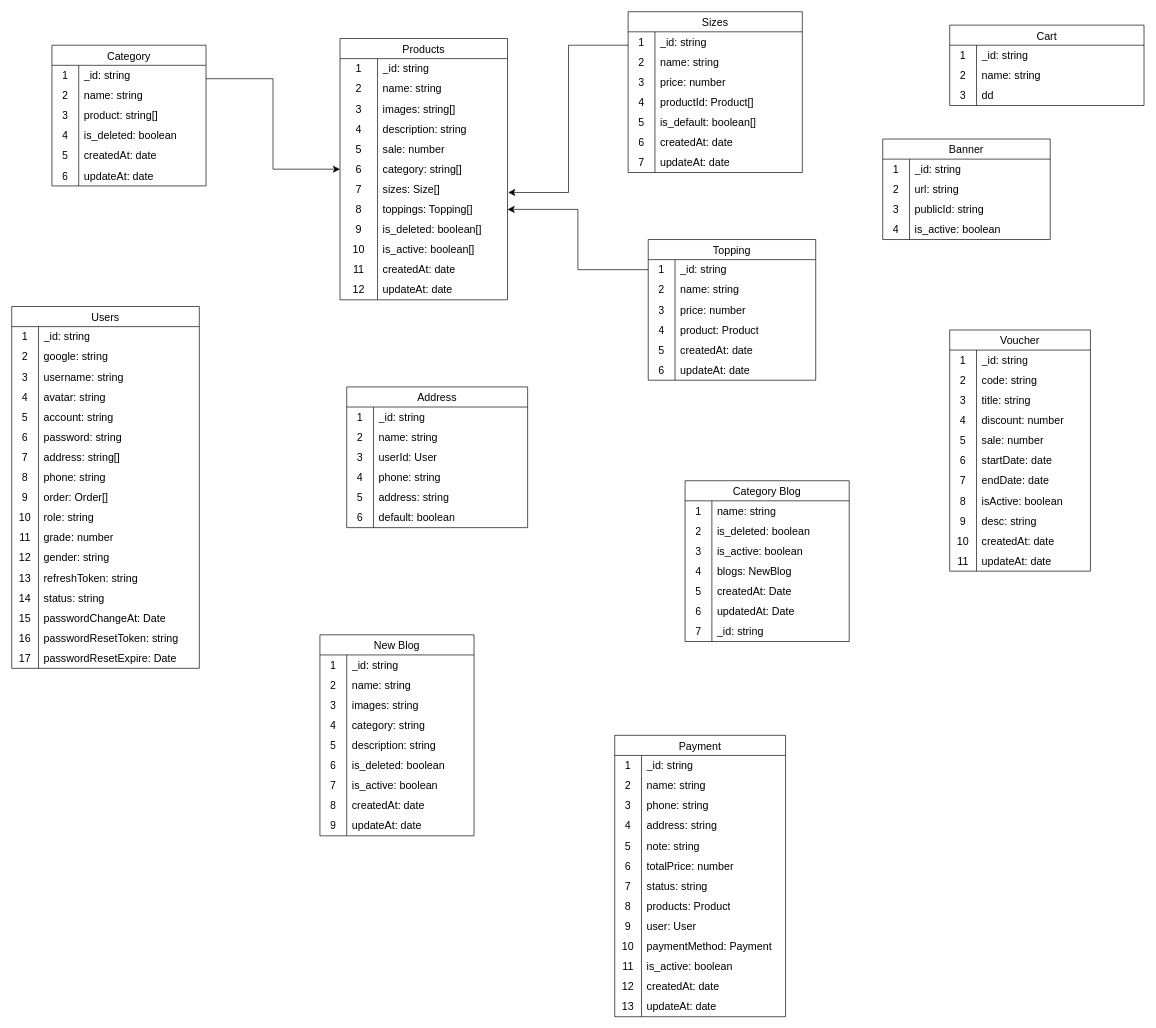
The draw.io diagram da.drawio in dangtienhung/datn-admin-quan-ly-cua-hang, before the edit. Source tidied: cells renumbered, new cells numbered last; positions are measured from the earlier drawing's top-left corner, leaving out a move shared by most shapes. Both pictures are drawn from the tidied source at 67%, with x=0, y=0 at pixel (11, 11).
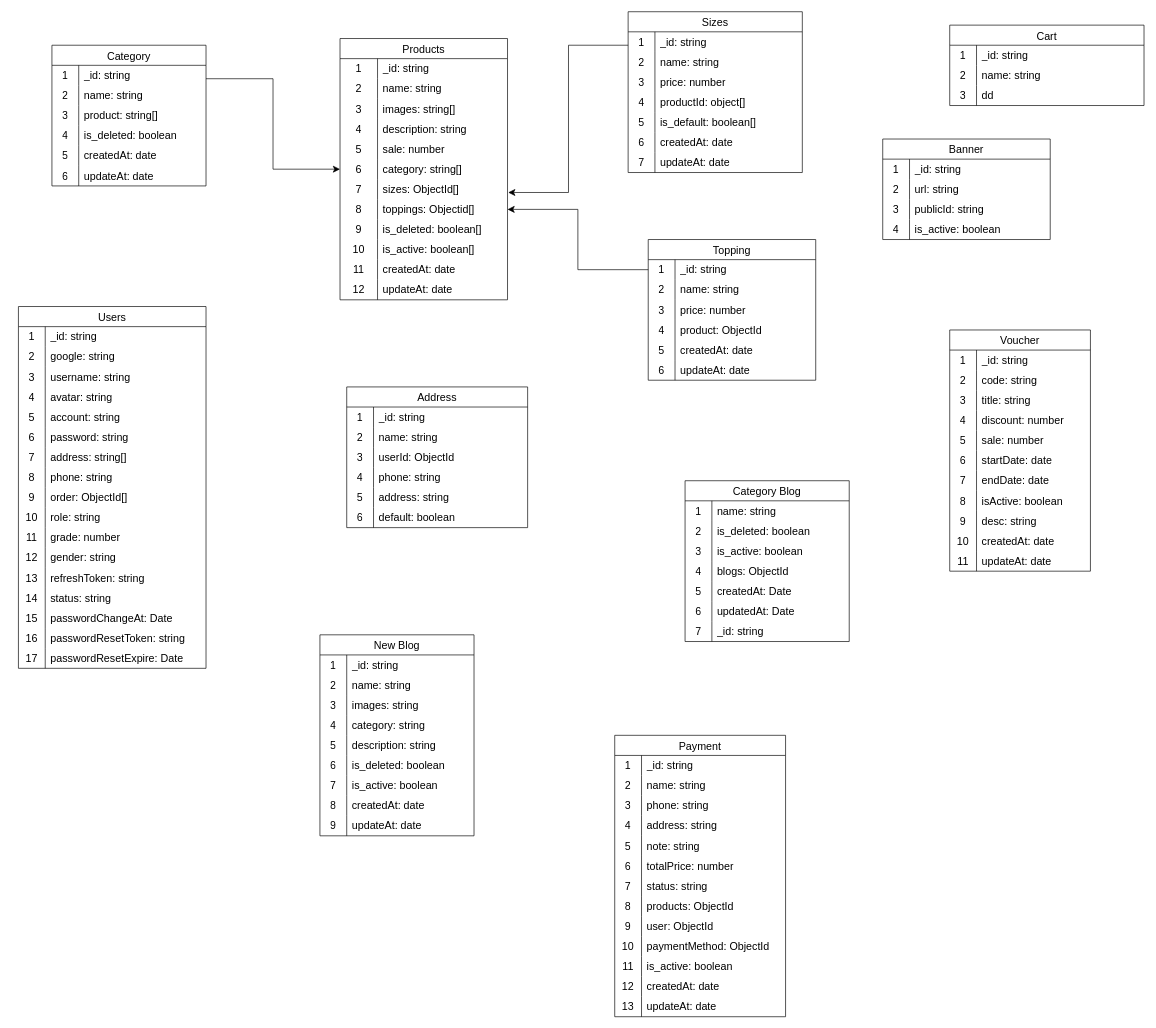
After the change.

Commit message:
Cập nhật da.drawio

Unchanged cells that the change refers to:
```xml
<mxCell id="40" style="shape=tableRow;horizontal=0;startSize=0;swimlaneHead=0;swimlaneBody=0;top=0;left=0;bottom=0;right=0;fillColor=none;points=[[0,0.5],[1,0.5]];portConstraint=eastwest;strokeColor=inherit;fontSize=16;" parent="21" vertex="1">
  <mxGeometry y="210" width="250" height="30" as="geometry" />
</mxCell>
<mxCell id="43" style="shape=tableRow;horizontal=0;startSize=0;swimlaneHead=0;swimlaneBody=0;top=0;left=0;bottom=0;right=0;fillColor=none;points=[[0,0.5],[1,0.5]];portConstraint=eastwest;strokeColor=inherit;fontSize=16;" parent="21" vertex="1">
  <mxGeometry y="240" width="250" height="30" as="geometry" />
</mxCell>
<mxCell id="68" style="shape=tableRow;horizontal=0;startSize=0;swimlaneHead=0;swimlaneBody=0;top=0;left=0;bottom=0;right=0;fillColor=none;strokeColor=inherit;fontSize=16;" parent="58" vertex="1">
  <mxGeometry y="120" width="260" height="30" as="geometry" />
</mxCell>
<mxCell id="90" style="shape=tableRow;horizontal=0;startSize=0;swimlaneHead=0;swimlaneBody=0;top=0;left=0;bottom=0;right=0;fillColor=none;strokeColor=inherit;fontSize=16;" parent="80" vertex="1">
  <mxGeometry y="120" width="250" height="30" as="geometry" />
</mxCell>
<mxCell id="127" style="shape=tableRow;horizontal=0;startSize=0;swimlaneHead=0;swimlaneBody=0;top=0;left=0;bottom=0;right=0;fillColor=none;strokeColor=inherit;fontSize=16;" parent="102" vertex="1">
  <mxGeometry y="270" width="280" height="30" as="geometry" />
</mxCell>
<mxCell id="161" style="shape=tableRow;horizontal=0;startSize=0;swimlaneHead=0;swimlaneBody=0;top=0;left=0;bottom=0;right=0;fillColor=none;strokeColor=inherit;fontSize=16;" parent="154" vertex="1">
  <mxGeometry y="90" width="270" height="30" as="geometry" />
</mxCell>
<mxCell id="206" style="shape=tableRow;horizontal=0;startSize=0;swimlaneHead=0;swimlaneBody=0;top=0;left=0;bottom=0;right=0;fillColor=none;strokeColor=inherit;fontSize=16;" parent="196" vertex="1">
  <mxGeometry y="120" width="245" height="30" as="geometry" />
</mxCell>
<mxCell id="268" style="shape=tableRow;horizontal=0;startSize=0;swimlaneHead=0;swimlaneBody=0;top=0;left=0;bottom=0;right=0;fillColor=none;strokeColor=inherit;fontSize=16;" parent="246" vertex="1">
  <mxGeometry y="240" width="255" height="30" as="geometry" />
</mxCell>
<mxCell id="271" style="shape=tableRow;horizontal=0;startSize=0;swimlaneHead=0;swimlaneBody=0;top=0;left=0;bottom=0;right=0;fillColor=none;strokeColor=inherit;fontSize=16;" parent="246" vertex="1">
  <mxGeometry y="270" width="255" height="30" as="geometry" />
</mxCell>
<mxCell id="274" style="shape=tableRow;horizontal=0;startSize=0;swimlaneHead=0;swimlaneBody=0;top=0;left=0;bottom=0;right=0;fillColor=none;strokeColor=inherit;fontSize=16;" parent="246" vertex="1">
  <mxGeometry y="300" width="255" height="30" as="geometry" />
</mxCell>
```

Change to the diagram source:
```diff
@@
-    <mxCell id="42" value="sizes: Size[]&amp;nbsp;" style="shape=partialRectangle;html=1;whiteSpace=wrap;fillColor=none;top=0;left=0;bottom=0;right=0;align=left;spacingLeft=6;overflow=hidden;strokeColor=inherit;fontSize=16;" parent="40" vertex="1">
+    <mxCell id="42" value="sizes: ObjectId[]&amp;nbsp;" style="shape=partialRectangle;html=1;whiteSpace=wrap;fillColor=none;top=0;left=0;bottom=0;right=0;align=left;spacingLeft=6;overflow=hidden;strokeColor=inherit;fontSize=16;" parent="40" vertex="1">
       <mxGeometry x="56" width="194" height="30" as="geometry" />
     </mxCell>
@@
-    <mxCell id="45" value="toppings: Topping[]&amp;nbsp;" style="shape=partialRectangle;html=1;whiteSpace=wrap;fillColor=none;top=0;left=0;bottom=0;right=0;align=left;spacingLeft=6;overflow=hidden;strokeColor=inherit;fontSize=16;" parent="43" vertex="1">
+    <mxCell id="45" value="toppings: Objectid[]&amp;nbsp;" style="shape=partialRectangle;html=1;whiteSpace=wrap;fillColor=none;top=0;left=0;bottom=0;right=0;align=left;spacingLeft=6;overflow=hidden;strokeColor=inherit;fontSize=16;" parent="43" vertex="1">
       <mxGeometry x="56" width="194" height="30" as="geometry" />
     </mxCell>
@@
-    <mxCell id="70" value="productId: Product[]" style="shape=partialRectangle;html=1;whiteSpace=wrap;fillColor=none;top=0;left=0;bottom=0;right=0;align=left;spacingLeft=6;overflow=hidden;strokeColor=inherit;fontSize=16;" parent="68" vertex="1">
+    <mxCell id="70" value="productId: object[]" style="shape=partialRectangle;html=1;whiteSpace=wrap;fillColor=none;top=0;left=0;bottom=0;right=0;align=left;spacingLeft=6;overflow=hidden;strokeColor=inherit;fontSize=16;" parent="68" vertex="1">
       <mxGeometry x="40" width="220" height="30" as="geometry" />
     </mxCell>
@@
-    <mxCell id="92" value="product: Product" style="shape=partialRectangle;html=1;whiteSpace=wrap;fillColor=none;top=0;left=0;bottom=0;right=0;align=left;spacingLeft=6;overflow=hidden;strokeColor=inherit;fontSize=16;" parent="90" vertex="1">
+    <mxCell id="92" value="product: ObjectId" style="shape=partialRectangle;html=1;whiteSpace=wrap;fillColor=none;top=0;left=0;bottom=0;right=0;align=left;spacingLeft=6;overflow=hidden;strokeColor=inherit;fontSize=16;" parent="90" vertex="1">
       <mxGeometry x="40" width="210" height="30" as="geometry" />
     </mxCell>
@@
     <mxCell id="102" value="Users" style="shape=table;startSize=30;childLayout=tableLayout;rowLines=0;fontStyle=0;strokeColor=default;fontSize=16;" parent="1" vertex="1">
-      <mxGeometry y="440" width="280" height="540" as="geometry" />
+      <mxGeometry x="10" y="440" width="280" height="540" as="geometry" />
     </mxCell>
@@
-    <mxCell id="129" value="order: Order[]" style="shape=partialRectangle;html=1;whiteSpace=wrap;fillColor=none;top=0;left=0;bottom=0;right=0;align=left;spacingLeft=6;overflow=hidden;strokeColor=inherit;fontSize=16;" parent="127" vertex="1">
+    <mxCell id="129" value="order: ObjectId[]" style="shape=partialRectangle;html=1;whiteSpace=wrap;fillColor=none;top=0;left=0;bottom=0;right=0;align=left;spacingLeft=6;overflow=hidden;strokeColor=inherit;fontSize=16;" parent="127" vertex="1">
       <mxGeometry x="40" width="240" height="30" as="geometry" />
     </mxCell>
@@
-    <mxCell id="163" value="userId: User" style="shape=partialRectangle;html=1;whiteSpace=wrap;fillColor=none;top=0;left=0;bottom=0;right=0;align=left;spacingLeft=6;overflow=hidden;strokeColor=inherit;fontSize=16;" parent="161" vertex="1">
+    <mxCell id="163" value="userId: ObjectId" style="shape=partialRectangle;html=1;whiteSpace=wrap;fillColor=none;top=0;left=0;bottom=0;right=0;align=left;spacingLeft=6;overflow=hidden;strokeColor=inherit;fontSize=16;" parent="161" vertex="1">
       <mxGeometry x="40" width="230" height="30" as="geometry" />
     </mxCell>
@@
-    <mxCell id="208" value="blogs: NewBlog" style="shape=partialRectangle;html=1;whiteSpace=wrap;fillColor=none;top=0;left=0;bottom=0;right=0;align=left;spacingLeft=6;overflow=hidden;strokeColor=inherit;fontSize=16;" parent="206" vertex="1">
+    <mxCell id="208" value="blogs: ObjectId" style="shape=partialRectangle;html=1;whiteSpace=wrap;fillColor=none;top=0;left=0;bottom=0;right=0;align=left;spacingLeft=6;overflow=hidden;strokeColor=inherit;fontSize=16;" parent="206" vertex="1">
       <mxGeometry x="40" width="205" height="30" as="geometry" />
     </mxCell>
@@
-    <mxCell id="270" value="products: Product" style="shape=partialRectangle;html=1;whiteSpace=wrap;fillColor=none;top=0;left=0;bottom=0;right=0;align=left;spacingLeft=6;overflow=hidden;strokeColor=inherit;fontSize=16;" parent="268" vertex="1">
+    <mxCell id="270" value="products: ObjectId" style="shape=partialRectangle;html=1;whiteSpace=wrap;fillColor=none;top=0;left=0;bottom=0;right=0;align=left;spacingLeft=6;overflow=hidden;strokeColor=inherit;fontSize=16;" parent="268" vertex="1">
       <mxGeometry x="40" width="215" height="30" as="geometry" />
     </mxCell>
@@
-    <mxCell id="273" value="user: User" style="shape=partialRectangle;html=1;whiteSpace=wrap;fillColor=none;top=0;left=0;bottom=0;right=0;align=left;spacingLeft=6;overflow=hidden;strokeColor=inherit;fontSize=16;" parent="271" vertex="1">
+    <mxCell id="273" value="user: ObjectId" style="shape=partialRectangle;html=1;whiteSpace=wrap;fillColor=none;top=0;left=0;bottom=0;right=0;align=left;spacingLeft=6;overflow=hidden;strokeColor=inherit;fontSize=16;" parent="271" vertex="1">
       <mxGeometry x="40" width="215" height="30" as="geometry" />
     </mxCell>
@@
-    <mxCell id="276" value="paymentMethod: Payment" style="shape=partialRectangle;html=1;whiteSpace=wrap;fillColor=none;top=0;left=0;bottom=0;right=0;align=left;spacingLeft=6;overflow=hidden;strokeColor=inherit;fontSize=16;" parent="274" vertex="1">
+    <mxCell id="276" value="paymentMethod: ObjectId" style="shape=partialRectangle;html=1;whiteSpace=wrap;fillColor=none;top=0;left=0;bottom=0;right=0;align=left;spacingLeft=6;overflow=hidden;strokeColor=inherit;fontSize=16;" parent="274" vertex="1">
       <mxGeometry x="40" width="215" height="30" as="geometry" />
     </mxCell>
```
